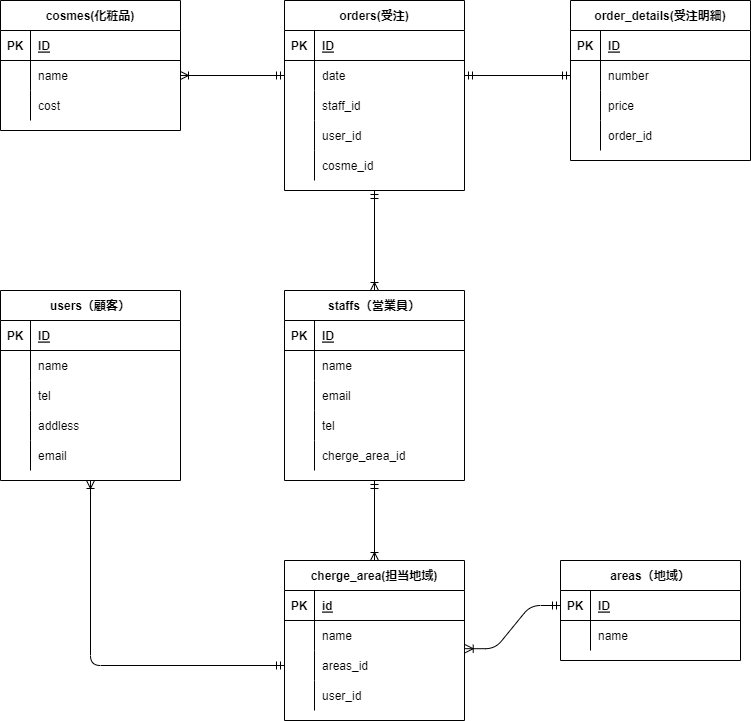
Earlier version of the draw.io export test2.drawio.png (tatsumaki0301/20220723yasumoto). Source tidied: cells renumbered, new cells last; positions are measured from the earlier drawing's top-left corner, leaving out a move shared by most shapes.
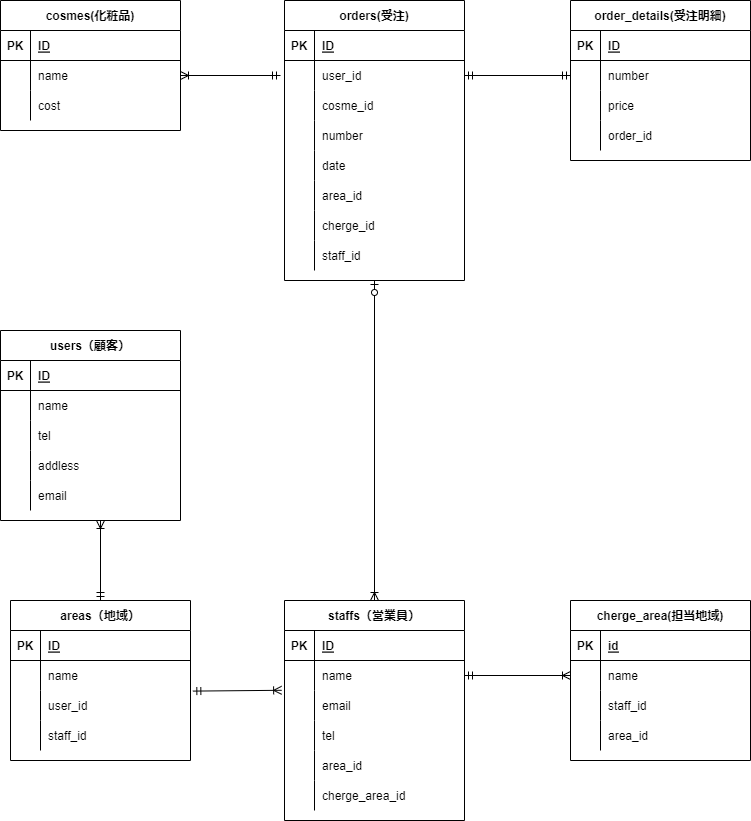
After the change.

Diff of the diagram source:
```diff
@@ -3,7 +3,7 @@
     <mxCell id="0" />
     <mxCell id="1" parent="0" />
     <mxCell id="2" value="cosmes(化粧品)" style="shape=table;startSize=30;rowLines=0;fontStyle=1;align=center;" parent="1" vertex="1">
-      <mxGeometry width="180" height="130" as="geometry" />
+      <mxGeometry y="-40" width="180" height="130" as="geometry" />
     </mxCell>
     <mxCell id="3" style="shape=partialRectangle;fillColor=none;top=0;left=0;bottom=1;right=0;" parent="2" vertex="1">
       <mxGeometry y="30" width="180" height="30" as="geometry" />
@@ -33,7 +33,7 @@
       <mxGeometry x="30" width="150" height="30" as="geometry" />
     </mxCell>
     <mxCell id="12" value="order_details(受注明細)" style="shape=table;startSize=30;rowLines=0;fontStyle=1;align=center;" parent="1" vertex="1">
-      <mxGeometry x="570" width="180" height="160" as="geometry" />
+      <mxGeometry x="570" y="-40" width="180" height="160" as="geometry" />
     </mxCell>
     <mxCell id="13" style="shape=partialRectangle;fillColor=none;top=0;left=0;bottom=1;right=0;" parent="12" vertex="1">
       <mxGeometry y="30" width="180" height="30" as="geometry" />
@@ -72,7 +72,7 @@
       <mxGeometry x="30" width="150" height="30" as="geometry" />
     </mxCell>
     <mxCell id="25" value="orders(受注)" style="shape=table;startSize=30;rowLines=0;fontStyle=1;align=center;" parent="1" vertex="1">
-      <mxGeometry x="284" width="180" height="190" as="geometry" />
+      <mxGeometry x="284" y="-40" width="180" height="280" as="geometry" />
     </mxCell>
     <mxCell id="26" style="shape=partialRectangle;fillColor=none;top=0;left=0;bottom=1;right=0;" parent="25" vertex="1">
       <mxGeometry y="30" width="180" height="30" as="geometry" />
@@ -83,42 +83,69 @@
     <mxCell id="28" value="ID" style="shape=partialRectangle;fillColor=none;top=0;left=0;bottom=0;right=0;align=left;spacingLeft=6;fontStyle=5;overflow=hidden;" parent="26" vertex="1">
       <mxGeometry x="30" width="150" height="30" as="geometry" />
     </mxCell>
+    <mxCell id="99" style="shape=partialRectangle;fillColor=none;top=0;left=0;bottom=0;right=0;points=[[0,0.5],[1,0.5]];portConstraint=eastwest;" parent="25" vertex="1">
+      <mxGeometry y="60" width="180" height="30" as="geometry" />
+    </mxCell>
+    <mxCell id="100" style="shape=partialRectangle;fillColor=none;top=0;left=0;bottom=0;right=0;overflow=hidden;" parent="99" vertex="1">
+      <mxGeometry width="30" height="30" as="geometry" />
+    </mxCell>
+    <mxCell id="101" value="user_id" style="shape=partialRectangle;fillColor=none;top=0;left=0;bottom=0;right=0;align=left;spacingLeft=6;overflow=hidden;" parent="99" vertex="1">
+      <mxGeometry x="30" width="150" height="30" as="geometry" />
+    </mxCell>
     <mxCell id="29" style="shape=partialRectangle;fillColor=none;top=0;left=0;bottom=0;right=0;points=[[0,0.5],[1,0.5]];portConstraint=eastwest;" parent="25" vertex="1">
-      <mxGeometry y="60" width="180" height="30" as="geometry" />
+      <mxGeometry y="90" width="180" height="30" as="geometry" />
     </mxCell>
     <mxCell id="30" style="shape=partialRectangle;fillColor=none;top=0;left=0;bottom=0;right=0;overflow=hidden;" parent="29" vertex="1">
       <mxGeometry width="30" height="30" as="geometry" />
     </mxCell>
-    <mxCell id="31" value="date" style="shape=partialRectangle;fillColor=none;top=0;left=0;bottom=0;right=0;align=left;spacingLeft=6;overflow=hidden;" parent="29" vertex="1">
+    <mxCell id="31" value="cosme_id" style="shape=partialRectangle;fillColor=none;top=0;left=0;bottom=0;right=0;align=left;spacingLeft=6;overflow=hidden;" parent="29" vertex="1">
       <mxGeometry x="30" width="150" height="30" as="geometry" />
     </mxCell>
-    <mxCell id="32" style="shape=partialRectangle;fillColor=none;top=0;left=0;bottom=0;right=0;" parent="25" vertex="1">
-      <mxGeometry y="90" width="180" height="30" as="geometry" />
-    </mxCell>
-    <mxCell id="33" style="shape=partialRectangle;fillColor=none;top=0;left=0;bottom=0;right=0;overflow=hidden;" parent="32" vertex="1">
-      <mxGeometry width="30" height="30" as="geometry" />
-    </mxCell>
-    <mxCell id="34" value="staff_id" style="shape=partialRectangle;fillColor=none;top=0;left=0;bottom=0;right=0;align=left;spacingLeft=6;overflow=hidden;" parent="32" vertex="1">
-      <mxGeometry x="30" width="150" height="30" as="geometry" />
-    </mxCell>
+    <mxCell id="102" style="shape=partialRectangle;fillColor=none;top=0;left=0;bottom=0;right=0;" parent="25" vertex="1">
+      <mxGeometry y="120" width="180" height="30" as="geometry" />
+    </mxCell>
+    <mxCell id="103" style="shape=partialRectangle;fillColor=none;top=0;left=0;bottom=0;right=0;overflow=hidden;" parent="102" vertex="1">
+      <mxGeometry width="30" height="30" as="geometry" />
+    </mxCell>
+    <mxCell id="104" value="number" style="shape=partialRectangle;fillColor=none;top=0;left=0;bottom=0;right=0;align=left;spacingLeft=6;overflow=hidden;" parent="102" vertex="1">
+      <mxGeometry x="30" width="150" height="30" as="geometry" />
+    </mxCell>
     <mxCell id="35" style="shape=partialRectangle;fillColor=none;top=0;left=0;bottom=0;right=0;" parent="25" vertex="1">
-      <mxGeometry y="120" width="180" height="30" as="geometry" />
+      <mxGeometry y="150" width="180" height="30" as="geometry" />
     </mxCell>
     <mxCell id="36" style="shape=partialRectangle;fillColor=none;top=0;left=0;bottom=0;right=0;overflow=hidden;" parent="35" vertex="1">
       <mxGeometry width="30" height="30" as="geometry" />
     </mxCell>
-    <mxCell id="37" value="user_id" style="shape=partialRectangle;fillColor=none;top=0;left=0;bottom=0;right=0;align=left;spacingLeft=6;overflow=hidden;" parent="35" vertex="1">
+    <mxCell id="37" value="date" style="shape=partialRectangle;fillColor=none;top=0;left=0;bottom=0;right=0;align=left;spacingLeft=6;overflow=hidden;" parent="35" vertex="1">
       <mxGeometry x="30" width="150" height="30" as="geometry" />
     </mxCell>
-    <mxCell id="38" style="shape=partialRectangle;fillColor=none;top=0;left=0;bottom=0;right=0;" parent="25" vertex="1">
-      <mxGeometry y="150" width="180" height="30" as="geometry" />
-    </mxCell>
-    <mxCell id="39" style="shape=partialRectangle;fillColor=none;top=0;left=0;bottom=0;right=0;overflow=hidden;" parent="38" vertex="1">
-      <mxGeometry width="30" height="30" as="geometry" />
-    </mxCell>
-    <mxCell id="40" value="cosme_id" style="shape=partialRectangle;fillColor=none;top=0;left=0;bottom=0;right=0;align=left;spacingLeft=6;overflow=hidden;" parent="38" vertex="1">
-      <mxGeometry x="30" width="150" height="30" as="geometry" />
-    </mxCell>
+    <mxCell id="105" style="shape=partialRectangle;fillColor=none;top=0;left=0;bottom=0;right=0;" parent="25" vertex="1">
+      <mxGeometry y="180" width="180" height="30" as="geometry" />
+    </mxCell>
+    <mxCell id="106" style="shape=partialRectangle;fillColor=none;top=0;left=0;bottom=0;right=0;overflow=hidden;" parent="105" vertex="1">
+      <mxGeometry width="30" height="30" as="geometry" />
+    </mxCell>
+    <mxCell id="107" value="area_id" style="shape=partialRectangle;fillColor=none;top=0;left=0;bottom=0;right=0;align=left;spacingLeft=6;overflow=hidden;" parent="105" vertex="1">
+      <mxGeometry x="30" width="150" height="30" as="geometry" />
+    </mxCell>
+    <mxCell id="108" style="shape=partialRectangle;fillColor=none;top=0;left=0;bottom=0;right=0;" parent="25" vertex="1">
+      <mxGeometry y="210" width="180" height="30" as="geometry" />
+    </mxCell>
+    <mxCell id="109" style="shape=partialRectangle;fillColor=none;top=0;left=0;bottom=0;right=0;overflow=hidden;" parent="108" vertex="1">
+      <mxGeometry width="30" height="30" as="geometry" />
+    </mxCell>
+    <mxCell id="110" value="cherge_id" style="shape=partialRectangle;fillColor=none;top=0;left=0;bottom=0;right=0;align=left;spacingLeft=6;overflow=hidden;" parent="108" vertex="1">
+      <mxGeometry x="30" width="150" height="30" as="geometry" />
+    </mxCell>
+    <mxCell id="111" style="shape=partialRectangle;fillColor=none;top=0;left=0;bottom=0;right=0;" parent="25" vertex="1">
+      <mxGeometry y="240" width="180" height="30" as="geometry" />
+    </mxCell>
+    <mxCell id="112" style="shape=partialRectangle;fillColor=none;top=0;left=0;bottom=0;right=0;overflow=hidden;" parent="111" vertex="1">
+      <mxGeometry width="30" height="30" as="geometry" />
+    </mxCell>
+    <mxCell id="113" value="staff_id" style="shape=partialRectangle;fillColor=none;top=0;left=0;bottom=0;right=0;align=left;spacingLeft=6;overflow=hidden;" parent="111" vertex="1">
+      <mxGeometry x="30" width="150" height="30" as="geometry" />
+    </mxCell>
     <mxCell id="41" value="users（顧客）" style="shape=table;startSize=30;rowLines=0;fontStyle=1;align=center;" parent="1" vertex="1">
       <mxGeometry y="290" width="180" height="190" as="geometry" />
     </mxCell>
@@ -168,7 +195,7 @@
       <mxGeometry x="30" width="150" height="30" as="geometry" />
     </mxCell>
     <mxCell id="57" value="staffs（営業員）" style="shape=table;startSize=30;rowLines=0;fontStyle=1;align=center;" parent="1" vertex="1">
-      <mxGeometry x="284" y="290" width="180" height="190" as="geometry" />
+      <mxGeometry x="284" y="560" width="180" height="220" as="geometry" />
     </mxCell>
     <mxCell id="58" style="shape=partialRectangle;fillColor=none;top=0;left=0;bottom=1;right=0;" parent="57" vertex="1">
       <mxGeometry y="30" width="180" height="30" as="geometry" />
@@ -206,17 +233,26 @@
     <mxCell id="69" value="tel" style="shape=partialRectangle;fillColor=none;top=0;left=0;bottom=0;right=0;align=left;spacingLeft=6;overflow=hidden;" parent="67" vertex="1">
       <mxGeometry x="30" width="150" height="30" as="geometry" />
     </mxCell>
-    <mxCell id="70" style="shape=partialRectangle;fillColor=none;top=0;left=0;bottom=0;right=0;" parent="57" vertex="1">
-      <mxGeometry y="150" width="180" height="30" as="geometry" />
-    </mxCell>
-    <mxCell id="71" style="shape=partialRectangle;fillColor=none;top=0;left=0;bottom=0;right=0;overflow=hidden;" parent="70" vertex="1">
-      <mxGeometry width="30" height="30" as="geometry" />
-    </mxCell>
+    <mxCell id="114" style="shape=partialRectangle;fillColor=none;top=0;left=0;bottom=0;right=0;" parent="57" vertex="1">
+      <mxGeometry y="150" width="180" height="30" as="geometry" />
+    </mxCell>
+    <mxCell id="115" style="shape=partialRectangle;fillColor=none;top=0;left=0;bottom=0;right=0;overflow=hidden;" parent="114" vertex="1">
+      <mxGeometry width="30" height="30" as="geometry" />
+    </mxCell>
+    <mxCell id="116" value="area_id" style="shape=partialRectangle;fillColor=none;top=0;left=0;bottom=0;right=0;align=left;spacingLeft=6;overflow=hidden;" parent="114" vertex="1">
+      <mxGeometry x="30" width="150" height="30" as="geometry" />
+    </mxCell>
+    <mxCell id="117" style="shape=partialRectangle;fillColor=none;top=0;left=0;bottom=0;right=0;" parent="57" vertex="1">
+      <mxGeometry y="180" width="180" height="30" as="geometry" />
+    </mxCell>
+    <mxCell id="118" style="shape=partialRectangle;fillColor=none;top=0;left=0;bottom=0;right=0;overflow=hidden;" parent="117" vertex="1">
+      <mxGeometry width="30" height="30" as="geometry" />
+    </mxCell>
-    <mxCell id="72" value="cherge_area_id" style="shape=partialRectangle;fillColor=none;top=0;left=0;bottom=0;right=0;align=left;spacingLeft=6;overflow=hidden;" parent="70" vertex="1">
+    <mxCell id="72" value="cherge_area_id" style="shape=partialRectangle;fillColor=none;top=0;left=0;bottom=0;right=0;align=left;spacingLeft=6;overflow=hidden;" parent="117" vertex="1">
       <mxGeometry x="30" width="150" height="30" as="geometry" />
     </mxCell>
     <mxCell id="73" value="areas（地域）" style="shape=table;startSize=30;rowLines=0;fontStyle=1;align=center;" parent="1" vertex="1">
-      <mxGeometry x="560" y="560" width="180" height="100" as="geometry" />
+      <mxGeometry x="10" y="560" width="180" height="160" as="geometry" />
     </mxCell>
     <mxCell id="74" style="shape=partialRectangle;fillColor=none;top=0;left=0;bottom=1;right=0;points=[[0,0.5],[1,0.5]];portConstraint=eastwest;" parent="73" vertex="1">
       <mxGeometry y="30" width="180" height="30" as="geometry" />
@@ -236,8 +272,26 @@
     <mxCell id="79" value="name" style="shape=partialRectangle;fillColor=none;top=0;left=0;bottom=0;right=0;align=left;spacingLeft=6;overflow=hidden;" parent="77" vertex="1">
       <mxGeometry x="30" width="150" height="30" as="geometry" />
     </mxCell>
+    <mxCell id="32" style="shape=partialRectangle;fillColor=none;top=0;left=0;bottom=0;right=0;" parent="73" vertex="1">
+      <mxGeometry y="90" width="180" height="30" as="geometry" />
+    </mxCell>
+    <mxCell id="119" style="shape=partialRectangle;fillColor=none;top=0;left=0;bottom=0;right=0;overflow=hidden;" parent="32" vertex="1">
+      <mxGeometry width="30" height="30" as="geometry" />
+    </mxCell>
+    <mxCell id="120" value="user_id" style="shape=partialRectangle;fillColor=none;top=0;left=0;bottom=0;right=0;align=left;spacingLeft=6;overflow=hidden;" parent="32" vertex="1">
+      <mxGeometry x="30" width="150" height="30" as="geometry" />
+    </mxCell>
+    <mxCell id="121" style="shape=partialRectangle;fillColor=none;top=0;left=0;bottom=0;right=0;" parent="73" vertex="1">
+      <mxGeometry y="120" width="180" height="30" as="geometry" />
+    </mxCell>
+    <mxCell id="122" style="shape=partialRectangle;fillColor=none;top=0;left=0;bottom=0;right=0;overflow=hidden;" parent="121" vertex="1">
+      <mxGeometry width="30" height="30" as="geometry" />
+    </mxCell>
+    <mxCell id="123" value="staff_id" style="shape=partialRectangle;fillColor=none;top=0;left=0;bottom=0;right=0;align=left;spacingLeft=6;overflow=hidden;" parent="121" vertex="1">
+      <mxGeometry x="30" width="150" height="30" as="geometry" />
+    </mxCell>
     <mxCell id="80" value="cherge_area(担当地域)" style="shape=table;startSize=30;rowLines=0;fontStyle=1;align=center;" parent="1" vertex="1">
-      <mxGeometry x="284" y="560" width="180" height="160" as="geometry" />
+      <mxGeometry x="570" y="560" width="180" height="160" as="geometry" />
     </mxCell>
     <mxCell id="81" style="shape=partialRectangle;fillColor=none;top=0;left=0;bottom=1;right=0;" parent="80" vertex="1">
       <mxGeometry y="30" width="180" height="30" as="geometry" />
@@ -263,35 +317,41 @@
     <mxCell id="88" style="shape=partialRectangle;fillColor=none;top=0;left=0;bottom=0;right=0;overflow=hidden;" parent="87" vertex="1">
       <mxGeometry width="30" height="30" as="geometry" />
     </mxCell>
-    <mxCell id="89" value="areas_id" style="shape=partialRectangle;fillColor=none;top=0;left=0;bottom=0;right=0;align=left;spacingLeft=6;overflow=hidden;" parent="87" vertex="1">
+    <mxCell id="89" value="staff_id" style="shape=partialRectangle;fillColor=none;top=0;left=0;bottom=0;right=0;align=left;spacingLeft=6;overflow=hidden;" parent="87" vertex="1">
       <mxGeometry x="30" width="150" height="30" as="geometry" />
     </mxCell>
-    <mxCell id="90" style="shape=partialRectangle;fillColor=none;top=0;left=0;bottom=0;right=0;" parent="80" vertex="1">
-      <mxGeometry y="120" width="180" height="30" as="geometry" />
-    </mxCell>
-    <mxCell id="91" style="shape=partialRectangle;fillColor=none;top=0;left=0;bottom=0;right=0;overflow=hidden;" parent="90" vertex="1">
-      <mxGeometry width="30" height="30" as="geometry" />
-    </mxCell>
-    <mxCell id="92" value="user_id" style="shape=partialRectangle;fillColor=none;top=0;left=0;bottom=0;right=0;align=left;spacingLeft=6;overflow=hidden;" parent="90" vertex="1">
-      <mxGeometry x="30" width="150" height="30" as="geometry" />
-    </mxCell>
+    <mxCell id="124" style="shape=partialRectangle;fillColor=none;top=0;left=0;bottom=0;right=0;" parent="80" vertex="1">
+      <mxGeometry y="120" width="180" height="30" as="geometry" />
+    </mxCell>
+    <mxCell id="125" style="shape=partialRectangle;fillColor=none;top=0;left=0;bottom=0;right=0;overflow=hidden;" parent="124" vertex="1">
+      <mxGeometry width="30" height="30" as="geometry" />
+    </mxCell>
+    <mxCell id="126" value="area_id" style="shape=partialRectangle;fillColor=none;top=0;left=0;bottom=0;right=0;align=left;spacingLeft=6;overflow=hidden;" parent="124" vertex="1">
+      <mxGeometry x="30" width="150" height="30" as="geometry" />
+    </mxCell>
-    <mxCell id="93" style="fontSize=12;html=1;endArrow=ERoneToMany;startArrow=ERmandOne;entryX=0.5;entryY=0;entryDx=0;entryDy=0;exitX=0.5;exitY=1;exitDx=0;exitDy=0;" parent="1" edge="1" source="57" target="80">
+    <mxCell id="93" style="fontSize=12;html=1;endArrow=ERoneToMany;startArrow=ERmandOne;entryX=-0.016;entryY=-0.007;entryDx=0;entryDy=0;entryPerimeter=0;exitX=1.013;exitY=1.02;exitDx=0;exitDy=0;exitPerimeter=0;" parent="1" edge="1" source="77" target="64">
       <mxGeometry relative="1" as="geometry" />
     </mxCell>
-    <mxCell id="94" style="edgeStyle=entityRelationEdgeStyle;fontSize=12;html=1;endArrow=ERoneToMany;startArrow=ERmandOne;exitX=0;exitY=0.5;exitDx=0;exitDy=0;entryX=1.004;entryY=-0.06;entryDx=0;entryDy=0;entryPerimeter=0;" parent="1" edge="1" source="74" target="87">
-      <mxGeometry relative="1" as="geometry" />
-    </mxCell>
-    <mxCell id="95" style="fontSize=12;html=1;endArrow=ERmandOne;startArrow=ERmandOne;exitX=1;exitY=0.5;exitDx=0;exitDy=0;entryX=0;entryY=0.5;entryDx=0;entryDy=0;" parent="1" edge="1" source="29" target="16">
+    <mxCell id="95" style="fontSize=12;html=1;endArrow=ERmandOne;startArrow=ERmandOne;exitX=1;exitY=0.5;exitDx=0;exitDy=0;entryX=0;entryY=0.5;entryDx=0;entryDy=0;" parent="1" edge="1" source="99" target="16">
       <mxGeometry relative="1" as="geometry" />
     </mxCell>
-    <mxCell id="96" style="edgeStyle=orthogonalEdgeStyle;fontSize=12;html=1;endArrow=ERoneToMany;startArrow=ERmandOne;entryX=0.5;entryY=1;entryDx=0;entryDy=0;exitX=0;exitY=0.5;exitDx=0;exitDy=0;" parent="1" edge="1" source="87" target="41">
-      <mxGeometry relative="1" as="geometry" />
+    <mxCell id="96" style="fontSize=12;html=1;endArrow=ERoneToMany;startArrow=ERmandOne;exitX=0.5;exitY=0;exitDx=0;exitDy=0;" parent="1" edge="1" source="73">
+      <mxGeometry relative="1" as="geometry">
+        <mxPoint x="100" y="480" as="targetPoint" />
+      </mxGeometry>
     </mxCell>
-    <mxCell id="97" style="fontSize=12;html=1;endArrow=ERoneToMany;startArrow=ERmandOne;exitX=0.5;exitY=1;exitDx=0;exitDy=0;entryX=0.5;entryY=0;entryDx=0;entryDy=0;" parent="1" edge="1" source="25" target="57">
-      <mxGeometry relative="1" as="geometry" />
-    </mxCell>
-    <mxCell id="98" style="fontSize=12;html=1;endArrow=ERoneToMany;startArrow=ERmandOne;exitX=0;exitY=0.5;exitDx=0;exitDy=0;entryX=1;entryY=0.5;entryDx=0;entryDy=0;" parent="1" edge="1" source="29" target="6">
-      <mxGeometry relative="1" as="geometry" />
+    <mxCell id="98" style="fontSize=12;html=1;endArrow=ERoneToMany;startArrow=ERmandOne;entryX=1;entryY=0.5;entryDx=0;entryDy=0;" parent="1" edge="1" target="6">
+      <mxGeometry relative="1" as="geometry">
+        <mxPoint x="280" y="35" as="sourcePoint" />
+      </mxGeometry>
     </mxCell>
+    <mxCell id="127" style="fontSize=12;html=1;endArrow=ERoneToMany;startArrow=ERmandOne;entryX=0;entryY=0.5;entryDx=0;entryDy=0;exitX=1;exitY=0.5;exitDx=0;exitDy=0;" parent="1" edge="1" source="61" target="84">
+      <mxGeometry relative="1" as="geometry" />
+    </mxCell>
+    <mxCell id="128" style="fontSize=12;html=1;endArrow=ERoneToMany;startArrow=ERzeroToOne;exitX=0.5;exitY=1;exitDx=0;exitDy=0;" parent="1" edge="1" source="25">
+      <mxGeometry relative="1" as="geometry">
+        <mxPoint x="374" y="560" as="targetPoint" />
+      </mxGeometry>
+    </mxCell>
   </root>
 </mxGraphModel>
```
